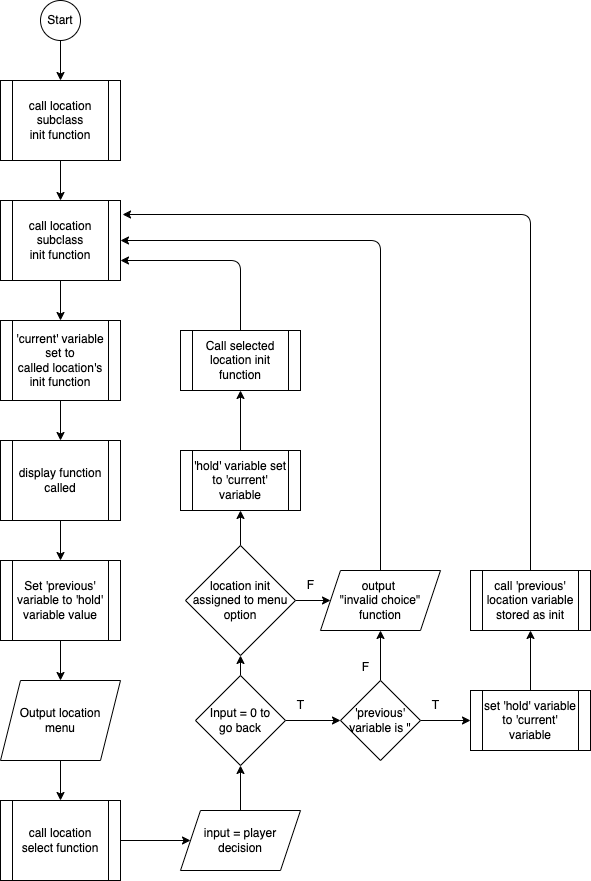
The draw.io diagram Assignment Documents/Flowgrams/ReturnToPrevious.png in AshfordGraye/ProjectRPG, before a commit. Source tidied: cells renumbered, new cells last; positions are measured from the earlier drawing's top-left corner, leaving out a move shared by most shapes.
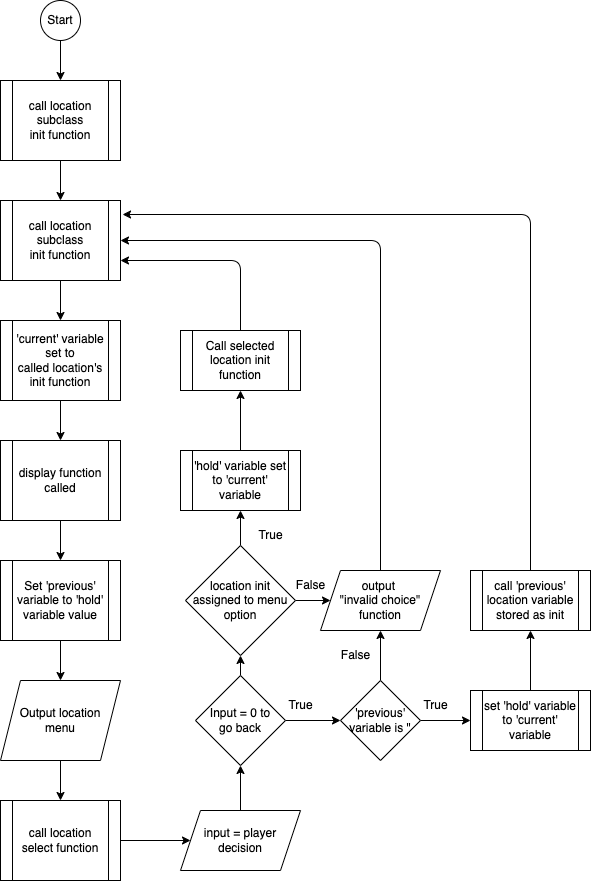
The same file after the commit.

Commit message:
Battle System and attachable item flowcharts complete

The edit, as a diff of the source:
```diff
@@ -95,14 +95,14 @@
     <mxCell id="28" value="output &lt;br&gt;&quot;invalid choice&quot; function" style="shape=parallelogram;perimeter=parallelogramPerimeter;whiteSpace=wrap;html=1;fixedSize=1;" parent="1" vertex="1">
       <mxGeometry x="320" y="570" width="120" height="60" as="geometry" />
     </mxCell>
-    <mxCell id="29" value="T" style="text;html=1;align=center;verticalAlign=middle;strokeColor=none;fillColor=none;" parent="1" vertex="1">
-      <mxGeometry x="285" y="690" width="30" height="30" as="geometry" />
+    <mxCell id="29" value="True" style="text;html=1;align=center;verticalAlign=middle;strokeColor=none;fillColor=none;" parent="1" vertex="1">
+      <mxGeometry x="275" y="690" width="50" height="30" as="geometry" />
     </mxCell>
-    <mxCell id="30" value="T" style="text;html=1;align=center;verticalAlign=middle;strokeColor=none;fillColor=none;" parent="1" vertex="1">
-      <mxGeometry x="420" y="690" width="30" height="30" as="geometry" />
+    <mxCell id="30" value="True" style="text;html=1;align=center;verticalAlign=middle;strokeColor=none;fillColor=none;" parent="1" vertex="1">
+      <mxGeometry x="410" y="690" width="50" height="30" as="geometry" />
     </mxCell>
-    <mxCell id="31" value="F" style="text;html=1;align=center;verticalAlign=middle;strokeColor=none;fillColor=none;" parent="1" vertex="1">
-      <mxGeometry x="350" y="652" width="30" height="30" as="geometry" />
+    <mxCell id="31" value="False" style="text;html=1;align=center;verticalAlign=middle;strokeColor=none;fillColor=none;" parent="1" vertex="1">
+      <mxGeometry x="330" y="640" width="50" height="30" as="geometry" />
     </mxCell>
     <mxCell id="32" style="edgeStyle=none;html=1;exitX=0.5;exitY=1;exitDx=0;exitDy=0;" parent="1" edge="1" source="33" target="23">
       <mxGeometry relative="1" as="geometry" />
@@ -125,8 +125,8 @@
     <mxCell id="38" value="location init assigned to menu option" style="rhombus;whiteSpace=wrap;html=1;" parent="1" vertex="1">
       <mxGeometry x="185" y="545" width="110" height="110" as="geometry" />
     </mxCell>
-    <mxCell id="39" value="F" style="text;html=1;align=center;verticalAlign=middle;strokeColor=none;fillColor=none;" parent="1" vertex="1">
-      <mxGeometry x="295" y="570" width="30" height="30" as="geometry" />
+    <mxCell id="39" value="False" style="text;html=1;align=center;verticalAlign=middle;strokeColor=none;fillColor=none;" parent="1" vertex="1">
+      <mxGeometry x="285" y="570" width="50" height="30" as="geometry" />
     </mxCell>
     <mxCell id="40" style="edgeStyle=none;html=1;exitX=0.5;exitY=0;exitDx=0;exitDy=0;entryX=1;entryY=0.75;entryDx=0;entryDy=0;" parent="1" edge="1" source="41" target="6">
       <mxGeometry relative="1" as="geometry">
@@ -141,5 +141,8 @@
     <mxCell id="42" value="call location&lt;br&gt;subclass&lt;br&gt;init function" style="shape=process;whiteSpace=wrap;html=1;backgroundOutline=1;" parent="1" vertex="1">
       <mxGeometry y="80" width="120" height="80" as="geometry" />
     </mxCell>
+    <mxCell id="43" value="True" style="text;html=1;align=center;verticalAlign=middle;strokeColor=none;fillColor=none;" parent="1" vertex="1">
+      <mxGeometry x="245" y="520" width="50" height="30" as="geometry" />
+    </mxCell>
   </root>
 </mxGraphModel>
```
